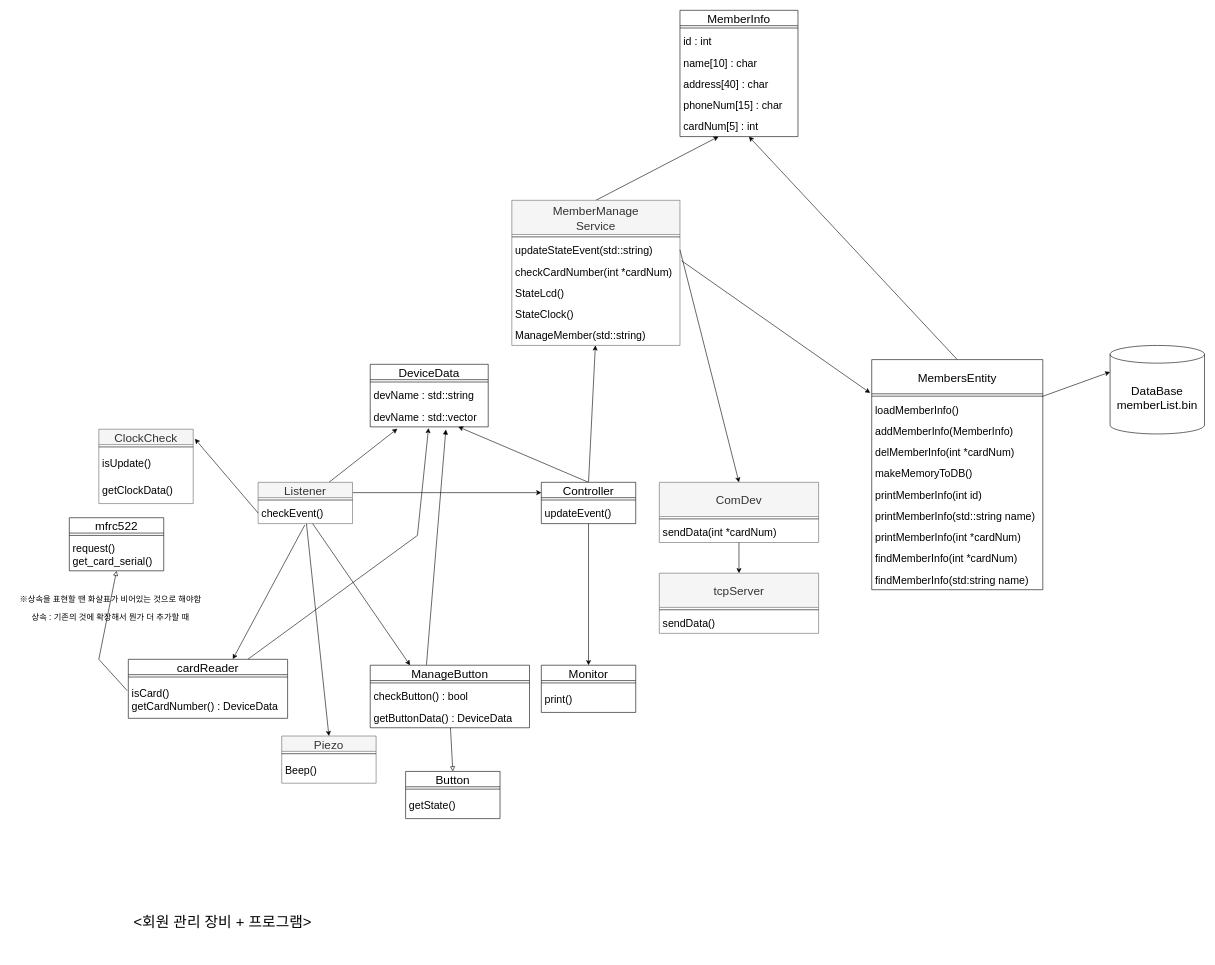
The draw.io diagram page "After Refactory3(0923)" (5 of 6) of SW_Design/SW_Design.drawio in Chigook/GolfMembersManager, before the edit. Source tidied: cells renumbered, new cells numbered last; positions are measured from the earlier drawing's top-left corner, leaving out a move shared by most shapes. Both pictures are drawn from the tidied source at 59%, with x=0, y=0 at pixel (10, 10).
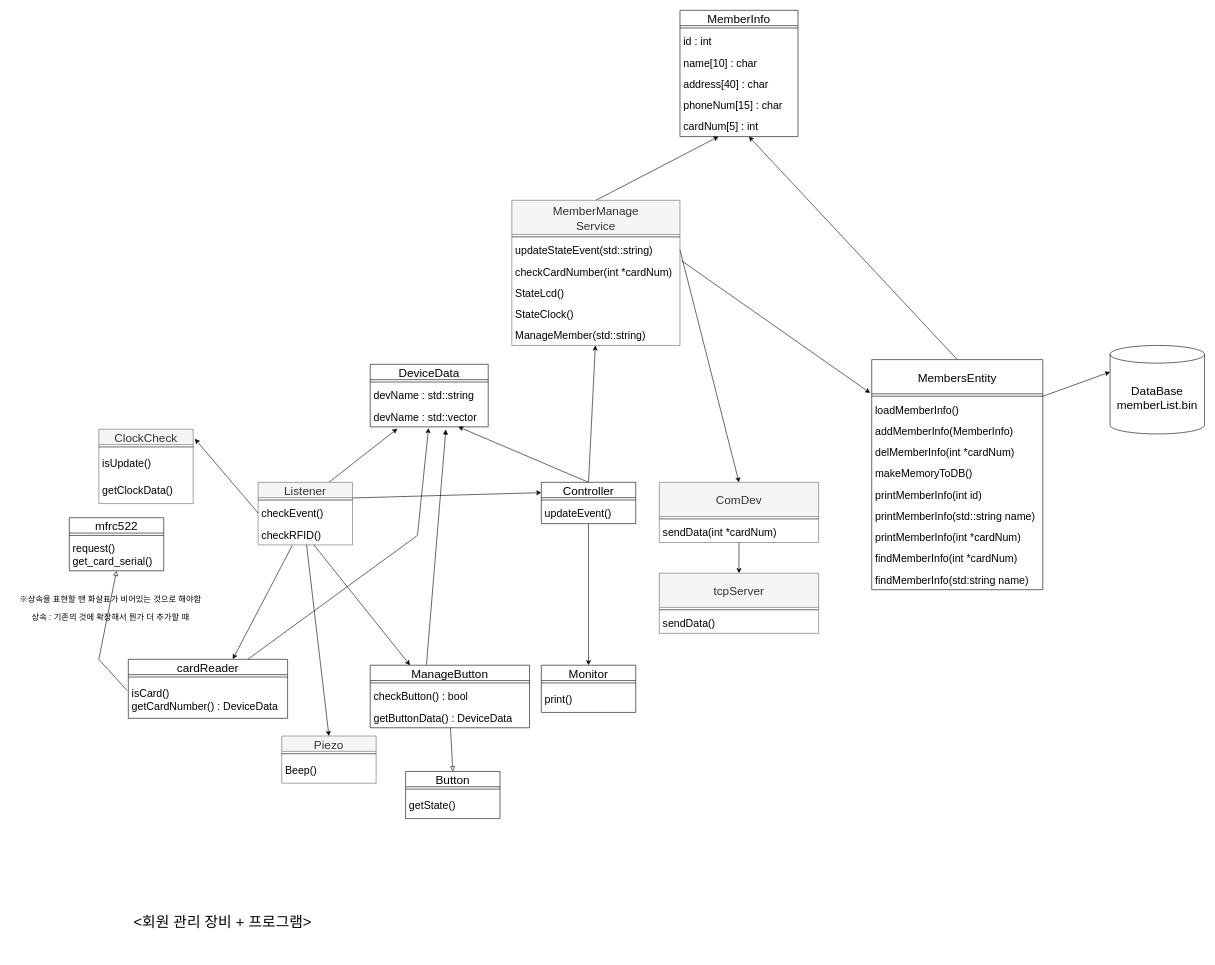
Above is the later version.

Unchanged cells that the change refers to:
```xml
<mxCell id="9" value="checkEvent()" style="text;strokeColor=none;fillColor=none;align=left;verticalAlign=middle;spacingLeft=4;spacingRight=4;overflow=hidden;points=[[0,0.5],[1,0.5]];portConstraint=eastwest;fontSize=18;rounded=0;" parent="7" vertex="1">
  <mxGeometry y="34" width="160" height="36" as="geometry" />
</mxCell>
<mxCell id="11" value="cardReader" style="swimlane;fontStyle=0;align=center;verticalAlign=middle;horizontal=1;startSize=26;fontSize=20;rounded=0;" parent="1" vertex="1">
  <mxGeometry x="200" y="1100" width="270" height="100" as="geometry" />
</mxCell>
<mxCell id="66" value="ManageButton" style="swimlane;fontStyle=0;align=center;verticalAlign=middle;horizontal=1;startSize=26;fontSize=20;rounded=0;" parent="1" vertex="1">
  <mxGeometry x="610" y="1110" width="270" height="106" as="geometry" />
</mxCell>
<mxCell id="80" value="Piezo" style="swimlane;fontStyle=0;align=center;verticalAlign=middle;horizontal=1;startSize=26;fontSize=20;rounded=0;fillColor=#f5f5f5;fontColor=#333333;strokeColor=#666666;" parent="1" vertex="1">
  <mxGeometry x="460" y="1230" width="160" height="80" as="geometry" />
</mxCell>
```

The edit, as a diff of the source:
```diff
@@
-    <mxCell id="4" style="endArrow=classic;html=1;fontSize=20;exitX=0.494;exitY=1.065;exitDx=0;exitDy=0;exitPerimeter=0;entryX=0.656;entryY=-0.003;entryDx=0;entryDy=0;entryPerimeter=0;rounded=0;" parent="1" edge="1" source="9" target="11">
+    <mxCell id="4" style="endArrow=classic;html=1;fontSize=20;exitX=0.362;exitY=1.022;exitDx=0;exitDy=0;exitPerimeter=0;entryX=0.656;entryY=-0.003;entryDx=0;entryDy=0;entryPerimeter=0;rounded=0;" parent="1" edge="1" source="89" target="11">
       <mxGeometry relative="1" as="geometry" />
     </mxCell>
@@
     <mxCell id="7" value="Listener" style="swimlane;fontStyle=0;align=center;verticalAlign=middle;horizontal=1;startSize=26;fontSize=20;rounded=0;fillColor=#f5f5f5;fontColor=#333333;strokeColor=#666666;" parent="1" vertex="1">
-      <mxGeometry x="420" y="800" width="160" height="70" as="geometry" />
+      <mxGeometry x="420" y="800" width="160" height="106" as="geometry" />
     </mxCell>
@@
+    <mxCell id="89" value="checkRFID()" style="text;strokeColor=none;fillColor=none;align=left;verticalAlign=middle;spacingLeft=4;spacingRight=4;overflow=hidden;points=[[0,0.5],[1,0.5]];portConstraint=eastwest;fontSize=18;rounded=0;" parent="7" vertex="1">
+      <mxGeometry y="70" width="160" height="36" as="geometry" />
+    </mxCell>
@@
-    <mxCell id="70" style="edgeStyle=none;html=1;entryX=0.25;entryY=0;entryDx=0;entryDy=0;" parent="1" edge="1" source="9" target="66">
+    <mxCell id="70" style="edgeStyle=none;html=1;entryX=0.25;entryY=0;entryDx=0;entryDy=0;" parent="1" edge="1" source="89" target="66">
       <mxGeometry relative="1" as="geometry" />
     </mxCell>
@@
-    <mxCell id="83" style="edgeStyle=none;html=1;entryX=0.5;entryY=0;entryDx=0;entryDy=0;" parent="1" edge="1" source="9" target="80">
+    <mxCell id="83" style="edgeStyle=none;html=1;entryX=0.5;entryY=0;entryDx=0;entryDy=0;" parent="1" edge="1" source="89" target="80">
       <mxGeometry relative="1" as="geometry" />
     </mxCell>
```
